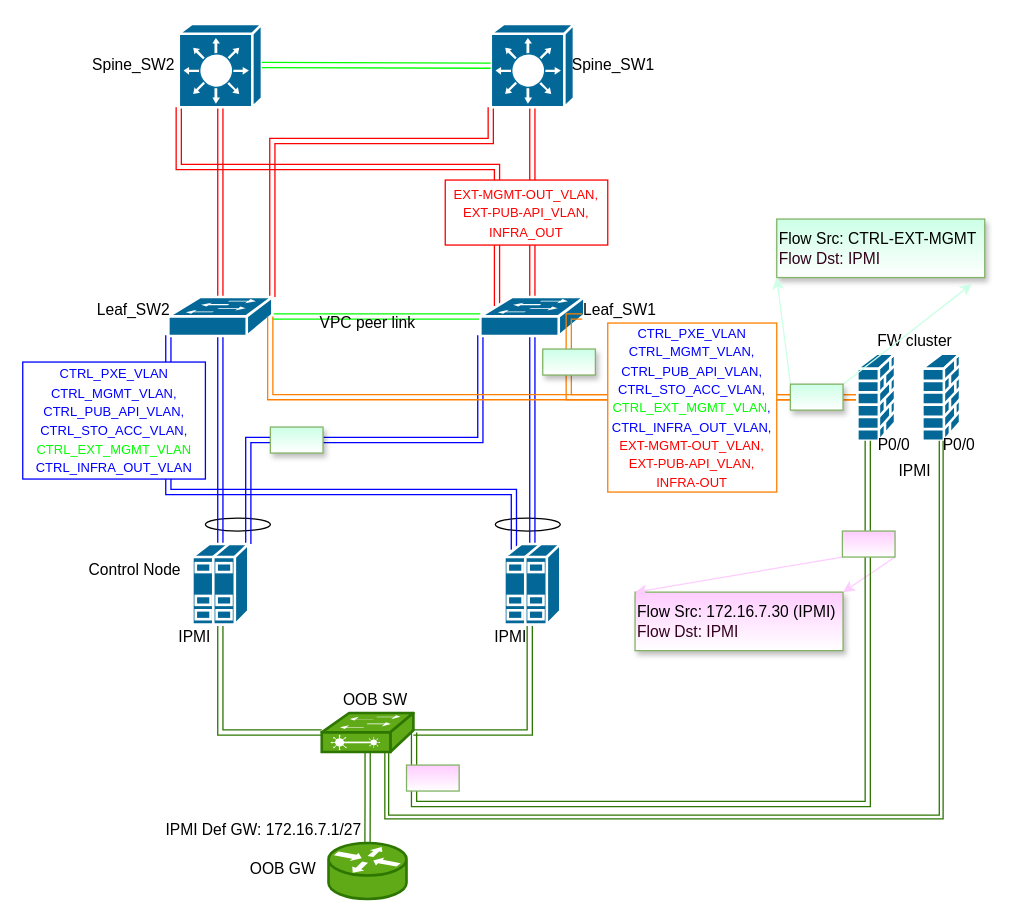
bogdanadrian-burciu/diagrams-net keeps this draw.io diagram as LLD_OPC_OJO_FW2OOB.drawio. Above is the earlier version. Source tidied: cells renumbered, new cells numbered last; positions are measured from the earlier drawing's top-left corner, leaving out a move shared by most shapes. Both pictures are drawn from the tidied source at 130%, with x=0, y=0 at pixel (22, 23).
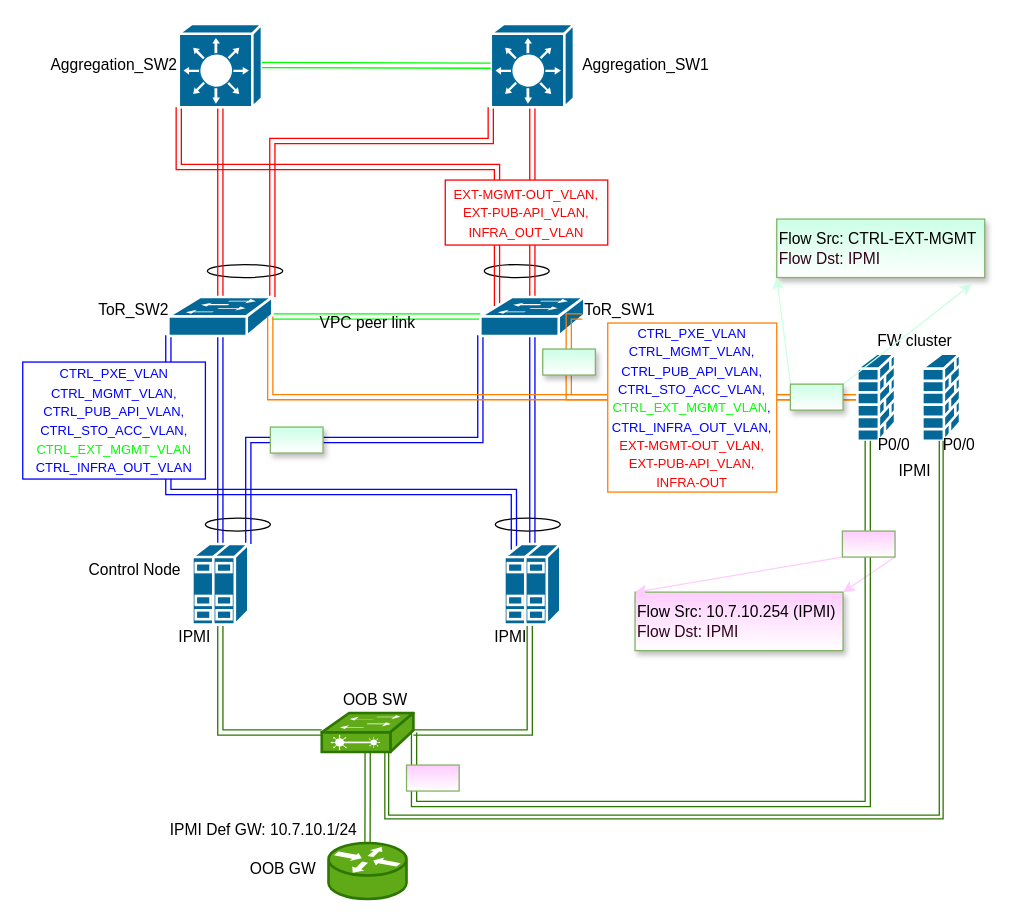
Above is the later version.

Change to the diagram source:
```diff
@@
+    <mxCell id="61" style="ellipse;whiteSpace=wrap;html=1;" parent="1" vertex="1">
+      <mxGeometry x="142" y="185" width="58" height="10" as="geometry" />
+    </mxCell>
+    <mxCell id="62" style="ellipse;whiteSpace=wrap;html=1;" parent="1" vertex="1">
+      <mxGeometry x="355" y="185" width="50" height="10" as="geometry" />
+    </mxCell>
@@
-    <mxCell id="25" value="Leaf_SW2" style="text;html=1;align=center;verticalAlign=middle;" parent="1" vertex="1">
+    <mxCell id="25" value="ToR_SW2" style="text;html=1;align=center;verticalAlign=middle;" parent="1" vertex="1">
       <mxGeometry x="50" y="210" width="70" height="20" as="geometry" />
     </mxCell>
-    <mxCell id="26" value="Leaf_SW1" style="text;html=1;align=center;verticalAlign=middle;" parent="1" vertex="1">
+    <mxCell id="26" value="ToR_SW1" style="text;html=1;align=center;verticalAlign=middle;" parent="1" vertex="1">
       <mxGeometry x="424" y="210" width="70" height="20" as="geometry" />
     </mxCell>
-    <mxCell id="27" value="Spine_SW2" style="text;html=1;align=center;verticalAlign=middle;" parent="1" vertex="1">
-      <mxGeometry x="45" y="22" width="80" height="20" as="geometry" />
+    <mxCell id="27" value="Aggregation_SW2" style="text;html=1;align=center;verticalAlign=middle;" parent="1" vertex="1">
+      <mxGeometry x="15.2" y="22" width="110" height="20" as="geometry" />
     </mxCell>
-    <mxCell id="28" value="Spine_SW1" style="text;html=1;align=center;verticalAlign=middle;" parent="1" vertex="1">
-      <mxGeometry x="414" y="22" width="80" height="20" as="geometry" />
+    <mxCell id="28" value="Aggregation_SW1" style="text;html=1;align=center;verticalAlign=middle;" parent="1" vertex="1">
+      <mxGeometry x="424" y="22" width="110" height="20" as="geometry" />
     </mxCell>
@@
-    <mxCell id="34" value="&lt;font style=&quot;font-size: 10px&quot;&gt;&lt;font style=&quot;font-size: 10px&quot;&gt;&lt;font face=&quot;calibri, sans-serif&quot; style=&quot;color: rgb(0 , 0 , 255) ; font-size: 10px&quot;&gt;&lt;span style=&quot;text-transform: uppercase&quot;&gt;CTRL_PXE_VLAN&lt;br&gt;ctrl_mgmt_vlan, ctrl_pub_api_vlan,&lt;/span&gt;&lt;/font&gt;&lt;br&gt;&lt;font face=&quot;calibri, sans-serif&quot; style=&quot;font-size: 10px&quot;&gt;&lt;span style=&quot;text-transform: uppercase&quot;&gt;&lt;font color=&quot;#0000ff&quot;&gt;ctrl_sto_acc_vlan, &lt;/font&gt;&lt;font color=&quot;#00ff00&quot;&gt;CTRL_ext_mgmt_vlan&lt;/font&gt;&lt;font color=&quot;#0000ff&quot;&gt;,&lt;/font&gt;&lt;br&gt;&lt;font color=&quot;#0000ff&quot;&gt;CTRL_INFRA_OUT_VLAN,&lt;/font&gt;&lt;/span&gt;&lt;/font&gt;&lt;br&gt;&lt;font face=&quot;calibri, sans-serif&quot; style=&quot;font-size: 10px&quot; color=&quot;#ff0000&quot;&gt;&lt;span style=&quot;text-transform: uppercase&quot;&gt;EXT-MGMT-OUT_VLAN,&lt;br&gt;EXT-PUB-API_VLAN, INFRA-OUT&lt;/span&gt;&lt;/font&gt;&lt;/font&gt;&lt;/font&gt;&lt;font style=&quot;font-size: 10px&quot; color=&quot;#0000ff&quot;&gt;&lt;br&gt;&lt;/font&gt;" style="whiteSpace=wrap;html=1;strokeColor=#FF8000;" parent="1" vertex="1">
+    <mxCell id="34" value="&lt;font style=&quot;font-size: 10px&quot;&gt;&lt;font style=&quot;font-size: 10px&quot;&gt;&lt;font face=&quot;calibri, sans-serif&quot; style=&quot;color: rgb(0 , 0 , 255) ; font-size: 10px&quot;&gt;&lt;span style=&quot;text-transform: uppercase&quot;&gt;CTRL_PXE_VLAN&lt;br&gt;ctrl_mgmt_vlan, ctrl_pub_api_vlan,&lt;/span&gt;&lt;/font&gt;&lt;br&gt;&lt;font face=&quot;calibri, sans-serif&quot; style=&quot;font-size: 10px&quot;&gt;&lt;span style=&quot;text-transform: uppercase&quot;&gt;&lt;font color=&quot;#0000ff&quot;&gt;ctrl_sto_acc_vlan, &lt;/font&gt;&lt;font color=&quot;#00ff00&quot;&gt;CTRL_ext_mgmt_vlan&lt;/font&gt;&lt;font color=&quot;#0000ff&quot;&gt;,&lt;/font&gt;&lt;br&gt;&lt;font color=&quot;#0000ff&quot;&gt;CTRL_INFRA_OUT_VLAN,&lt;/font&gt;&lt;/span&gt;&lt;/font&gt;&lt;br&gt;&lt;font face=&quot;calibri, sans-serif&quot; style=&quot;font-size: 10px&quot; color=&quot;#ff0000&quot;&gt;&lt;span style=&quot;text-transform: uppercase&quot;&gt;EXT-MGMT-OUT_VLAN,&lt;br&gt;EXT-PUB-API_VLAN, &lt;br&gt;INFRA-OUT&lt;/span&gt;&lt;/font&gt;&lt;/font&gt;&lt;/font&gt;&lt;font style=&quot;font-size: 10px&quot; color=&quot;#0000ff&quot;&gt;&lt;br&gt;&lt;/font&gt;" style="whiteSpace=wrap;html=1;strokeColor=#FF8000;" parent="1" vertex="1">
       <mxGeometry x="450" y="230" width="130" height="130" as="geometry" />
     </mxCell>
-    <mxCell id="35" value="&lt;span style=&quot;color: rgb(255 , 0 , 0) ; font-family: &amp;#34;calibri&amp;#34; , sans-serif ; font-size: 10px ; text-transform: uppercase&quot;&gt;EXT-MGMT-OUT_VLAN,&lt;/span&gt;&lt;br style=&quot;color: rgb(255 , 0 , 0) ; font-family: &amp;#34;calibri&amp;#34; , sans-serif ; font-size: 10px ; text-transform: uppercase&quot;&gt;&lt;span style=&quot;color: rgb(255 , 0 , 0) ; font-family: &amp;#34;calibri&amp;#34; , sans-serif ; font-size: 10px ; text-transform: uppercase&quot;&gt;EXT-PUB-API_VLAN, INFRA_OUT&lt;/span&gt;&lt;font style=&quot;font-size: 10px&quot; color=&quot;#0000ff&quot;&gt;&lt;br&gt;&lt;/font&gt;" style="whiteSpace=wrap;html=1;strokeColor=#FF0000;" parent="1" vertex="1">
+    <mxCell id="35" value="&lt;span style=&quot;color: rgb(255 , 0 , 0) ; font-family: &amp;#34;calibri&amp;#34; , sans-serif ; font-size: 10px ; text-transform: uppercase&quot;&gt;EXT-MGMT-OUT_VLAN,&lt;/span&gt;&lt;br style=&quot;color: rgb(255 , 0 , 0) ; font-family: &amp;#34;calibri&amp;#34; , sans-serif ; font-size: 10px ; text-transform: uppercase&quot;&gt;&lt;span style=&quot;color: rgb(255 , 0 , 0) ; font-family: &amp;#34;calibri&amp;#34; , sans-serif ; font-size: 10px ; text-transform: uppercase&quot;&gt;EXT-PUB-API_VLAN, INFRA_OUT_VLAN&lt;/span&gt;&lt;font style=&quot;font-size: 10px&quot; color=&quot;#0000ff&quot;&gt;&lt;br&gt;&lt;/font&gt;" style="whiteSpace=wrap;html=1;strokeColor=#FF0000;" parent="1" vertex="1">
       <mxGeometry x="325" y="120" width="125" height="50" as="geometry" />
     </mxCell>
@@
-    <mxCell id="44" value="IPMI Def GW: 172.16.7.1/27" style="text;html=1;align=center;verticalAlign=middle;" parent="1" vertex="1">
-      <mxGeometry x="100" y="610" width="170" height="20" as="geometry" />
+    <mxCell id="44" value="IPMI Def GW: 10.7.10.1/24" style="text;html=1;align=center;verticalAlign=middle;" parent="1" vertex="1">
+      <mxGeometry x="105" y="610" width="160" height="20" as="geometry" />
     </mxCell>
@@
-    <mxCell id="55" value="&lt;span&gt;Flow&amp;nbsp;&lt;/span&gt;&lt;span&gt;Src: 172.16.7.30 (IPMI)&lt;br&gt;&lt;/span&gt;&lt;span style=&quot;color: rgb(51 , 0 , 26)&quot;&gt;Flow Dst: IPMI&lt;/span&gt;" style="whiteSpace=wrap;html=1;strokeColor=#82b366;gradientColor=#ffffff;shadow=1;align=left;fillColor=#FFCCFF;" parent="1" vertex="1">
+    <mxCell id="55" value="&lt;span&gt;Flow&amp;nbsp;&lt;/span&gt;&lt;span&gt;Src: 10.7.10.254 (IPMI)&lt;br&gt;&lt;/span&gt;&lt;span style=&quot;color: rgb(51 , 0 , 26)&quot;&gt;Flow Dst: IPMI&lt;/span&gt;" style="whiteSpace=wrap;html=1;strokeColor=#82b366;gradientColor=#ffffff;shadow=1;align=left;fillColor=#FFCCFF;" parent="1" vertex="1">
       <mxGeometry x="471" y="437" width="160" height="45" as="geometry" />
     </mxCell>
```
